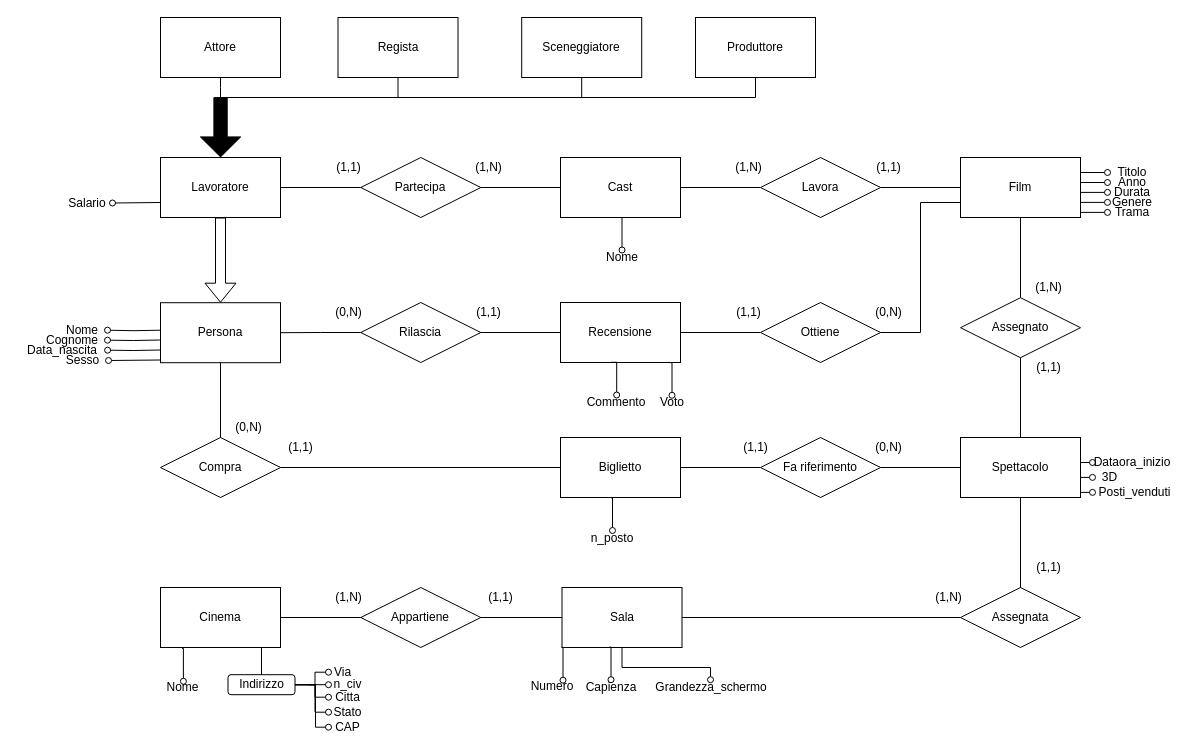
ToldoDM/UDBP keeps this draw.io diagram as SchemaER.drawio. Above is the earlier version. Source tidied: cells renumbered, new cells numbered last; positions are measured from the earlier drawing's top-left corner, leaving out a move shared by most shapes. Both pictures are drawn from the tidied source at 100%, with x=0, y=0 at pixel (17, 17).
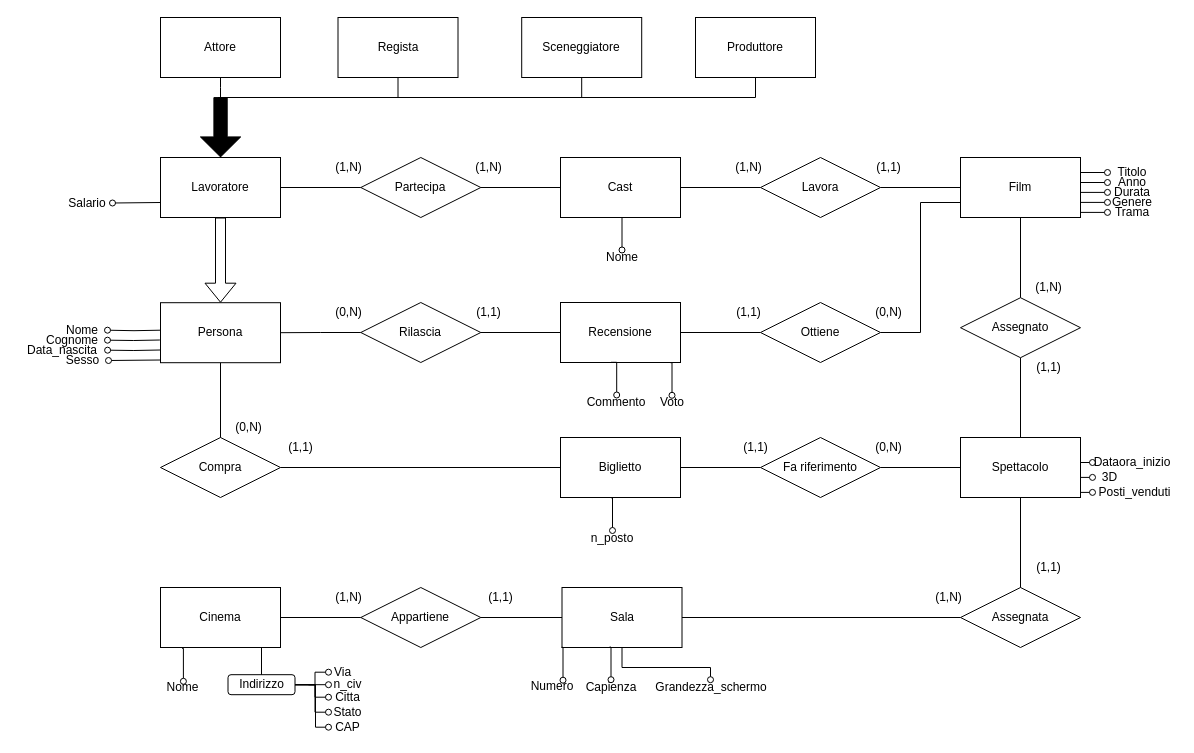
The same diagram, later.

Commit message (it also covers changes not shown here):
Corretta relazione

Diff of the diagram source:
```diff
@@
-    <mxCell id="57" value="(1,1)" style="text;html=1;align=center;verticalAlign=middle;" parent="1" vertex="1">
+    <mxCell id="57" value="(1,N)" style="text;html=1;align=center;verticalAlign=middle;" parent="1" vertex="1">
       <mxGeometry x="310.5" y="140" width="40" height="20" as="geometry" />
     </mxCell>
```
